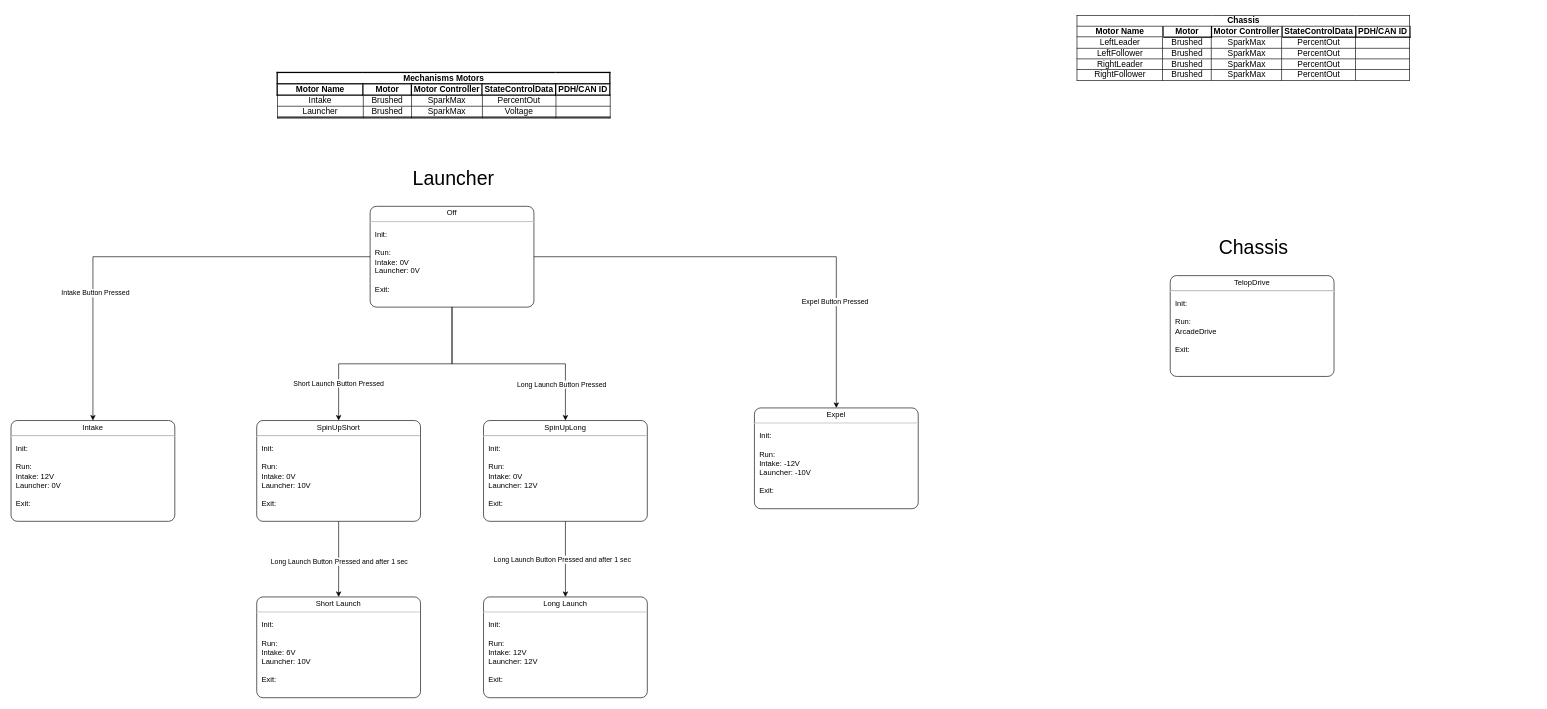
This is doc/State Diagram.drawio from AlexMyers0618/2026Year1Rebuilt, a draw.io file, before an edit. Source tidied: cells renumbered, new cells numbered last; positions are measured from the earlier drawing's top-left corner, leaving out a move shared by most shapes. Both pictures are drawn from the tidied source at 63%, with x=0, y=0 at pixel (11, 11).
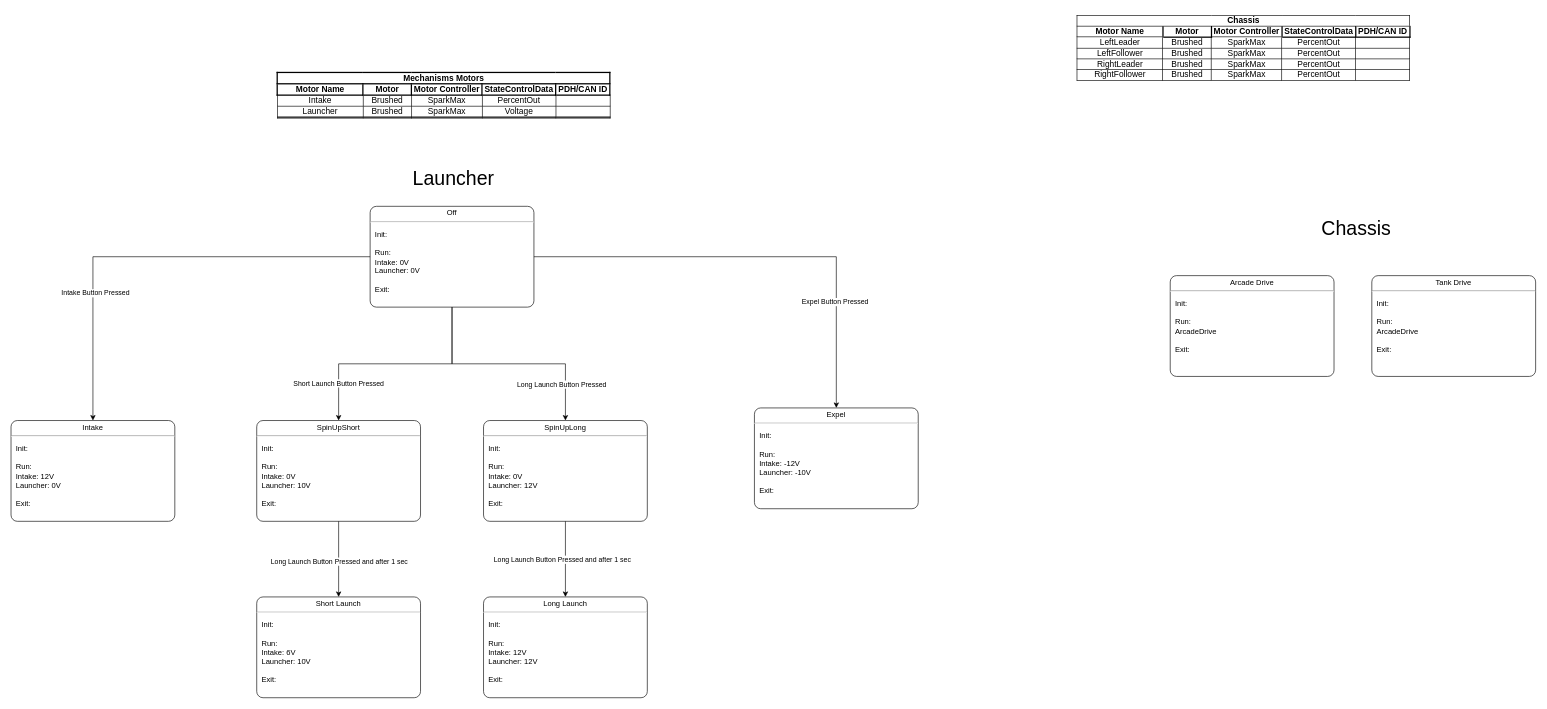
Above is the later version.

What changed in the source:
```diff
@@
     <mxCell id="24" value="Chassis" style="text;html=1;align=center;verticalAlign=middle;strokeColor=none;fillColor=none;fontSize=31;" parent="1" vertex="1">
-      <mxGeometry x="1907" y="350" width="130" height="50" as="geometry" />
+      <mxGeometry x="2070" y="320" width="130" height="50" as="geometry" />
     </mxCell>
-    <mxCell id="25" value="&lt;p style=&quot;margin:0px;margin-top:4px;text-align:center;&quot;&gt;TelopDrive&lt;/p&gt;&lt;hr&gt;&lt;p&gt;&lt;/p&gt;&lt;p style=&quot;margin:0px;margin-left:8px;text-align:left;&quot;&gt;Init:&amp;nbsp;&lt;span style=&quot;background-color: transparent; color: light-dark(rgb(0, 0, 0), rgb(255, 255, 255));&quot;&gt;&amp;nbsp;&lt;/span&gt;&lt;/p&gt;&lt;p style=&quot;margin:0px;margin-left:8px;text-align:left;&quot;&gt;&lt;br&gt;&lt;/p&gt;&lt;p style=&quot;margin: 0px 0px 0px 8px; text-align: left;&quot;&gt;&lt;span style=&quot;background-color: transparent; color: light-dark(rgb(0, 0, 0), rgb(255, 255, 255));&quot;&gt;Run:&amp;nbsp;&lt;/span&gt;&lt;/p&gt;&lt;p style=&quot;margin: 0px 0px 0px 8px; text-align: left;&quot;&gt;ArcadeDrive&amp;nbsp;&lt;/p&gt;&lt;p style=&quot;margin: 0px 0px 0px 8px; text-align: left;&quot;&gt;&lt;br&gt;&lt;/p&gt;&lt;p style=&quot;margin: 0px 0px 0px 8px; text-align: left;&quot;&gt;&lt;span style=&quot;background-color: transparent; color: light-dark(rgb(0, 0, 0), rgb(255, 255, 255));&quot;&gt;Exit:&amp;nbsp;&lt;/span&gt;&lt;/p&gt;&lt;p style=&quot;margin:0px;margin-left:8px;text-align:left;&quot;&gt;&lt;span style=&quot;background-color: transparent; color: light-dark(rgb(0, 0, 0), rgb(255, 255, 255));&quot;&gt;&lt;br&gt;&lt;/span&gt;&lt;/p&gt;" style="shape=mxgraph.sysml.simpleState;html=1;overflow=fill;whiteSpace=wrap;align=center;" parent="1" vertex="1">
+    <mxCell id="25" value="&lt;p style=&quot;margin:0px;margin-top:4px;text-align:center;&quot;&gt;Arcade Drive&lt;/p&gt;&lt;hr&gt;&lt;p&gt;&lt;/p&gt;&lt;p style=&quot;margin:0px;margin-left:8px;text-align:left;&quot;&gt;Init:&amp;nbsp;&lt;span style=&quot;background-color: transparent; color: light-dark(rgb(0, 0, 0), rgb(255, 255, 255));&quot;&gt;&amp;nbsp;&lt;/span&gt;&lt;/p&gt;&lt;p style=&quot;margin:0px;margin-left:8px;text-align:left;&quot;&gt;&lt;br&gt;&lt;/p&gt;&lt;p style=&quot;margin: 0px 0px 0px 8px; text-align: left;&quot;&gt;&lt;span style=&quot;background-color: transparent; color: light-dark(rgb(0, 0, 0), rgb(255, 255, 255));&quot;&gt;Run:&amp;nbsp;&lt;/span&gt;&lt;/p&gt;&lt;p style=&quot;margin: 0px 0px 0px 8px; text-align: left;&quot;&gt;ArcadeDrive&amp;nbsp;&lt;/p&gt;&lt;p style=&quot;margin: 0px 0px 0px 8px; text-align: left;&quot;&gt;&lt;br&gt;&lt;/p&gt;&lt;p style=&quot;margin: 0px 0px 0px 8px; text-align: left;&quot;&gt;&lt;span style=&quot;background-color: transparent; color: light-dark(rgb(0, 0, 0), rgb(255, 255, 255));&quot;&gt;Exit:&amp;nbsp;&lt;/span&gt;&lt;/p&gt;&lt;p style=&quot;margin:0px;margin-left:8px;text-align:left;&quot;&gt;&lt;span style=&quot;background-color: transparent; color: light-dark(rgb(0, 0, 0), rgb(255, 255, 255));&quot;&gt;&lt;br&gt;&lt;/span&gt;&lt;/p&gt;" style="shape=mxgraph.sysml.simpleState;html=1;overflow=fill;whiteSpace=wrap;align=center;" parent="1" vertex="1">
       <mxGeometry x="1840" y="420" width="260" height="160" as="geometry" />
     </mxCell>
+    <mxCell id="26" value="&lt;p style=&quot;margin:0px;margin-top:4px;text-align:center;&quot;&gt;Tank Drive&lt;/p&gt;&lt;hr&gt;&lt;p&gt;&lt;/p&gt;&lt;p style=&quot;margin:0px;margin-left:8px;text-align:left;&quot;&gt;Init:&amp;nbsp;&lt;span style=&quot;background-color: transparent; color: light-dark(rgb(0, 0, 0), rgb(255, 255, 255));&quot;&gt;&amp;nbsp;&lt;/span&gt;&lt;/p&gt;&lt;p style=&quot;margin:0px;margin-left:8px;text-align:left;&quot;&gt;&lt;br&gt;&lt;/p&gt;&lt;p style=&quot;margin: 0px 0px 0px 8px; text-align: left;&quot;&gt;&lt;span style=&quot;background-color: transparent; color: light-dark(rgb(0, 0, 0), rgb(255, 255, 255));&quot;&gt;Run:&amp;nbsp;&lt;/span&gt;&lt;/p&gt;&lt;p style=&quot;margin: 0px 0px 0px 8px; text-align: left;&quot;&gt;ArcadeDrive&amp;nbsp;&lt;/p&gt;&lt;p style=&quot;margin: 0px 0px 0px 8px; text-align: left;&quot;&gt;&lt;br&gt;&lt;/p&gt;&lt;p style=&quot;margin: 0px 0px 0px 8px; text-align: left;&quot;&gt;&lt;span style=&quot;background-color: transparent; color: light-dark(rgb(0, 0, 0), rgb(255, 255, 255));&quot;&gt;Exit:&amp;nbsp;&lt;/span&gt;&lt;/p&gt;&lt;p style=&quot;margin:0px;margin-left:8px;text-align:left;&quot;&gt;&lt;span style=&quot;background-color: transparent; color: light-dark(rgb(0, 0, 0), rgb(255, 255, 255));&quot;&gt;&lt;br&gt;&lt;/span&gt;&lt;/p&gt;" style="shape=mxgraph.sysml.simpleState;html=1;overflow=fill;whiteSpace=wrap;align=center;" parent="1" vertex="1">
+      <mxGeometry x="2160" y="420" width="260" height="160" as="geometry" />
+    </mxCell>
```
